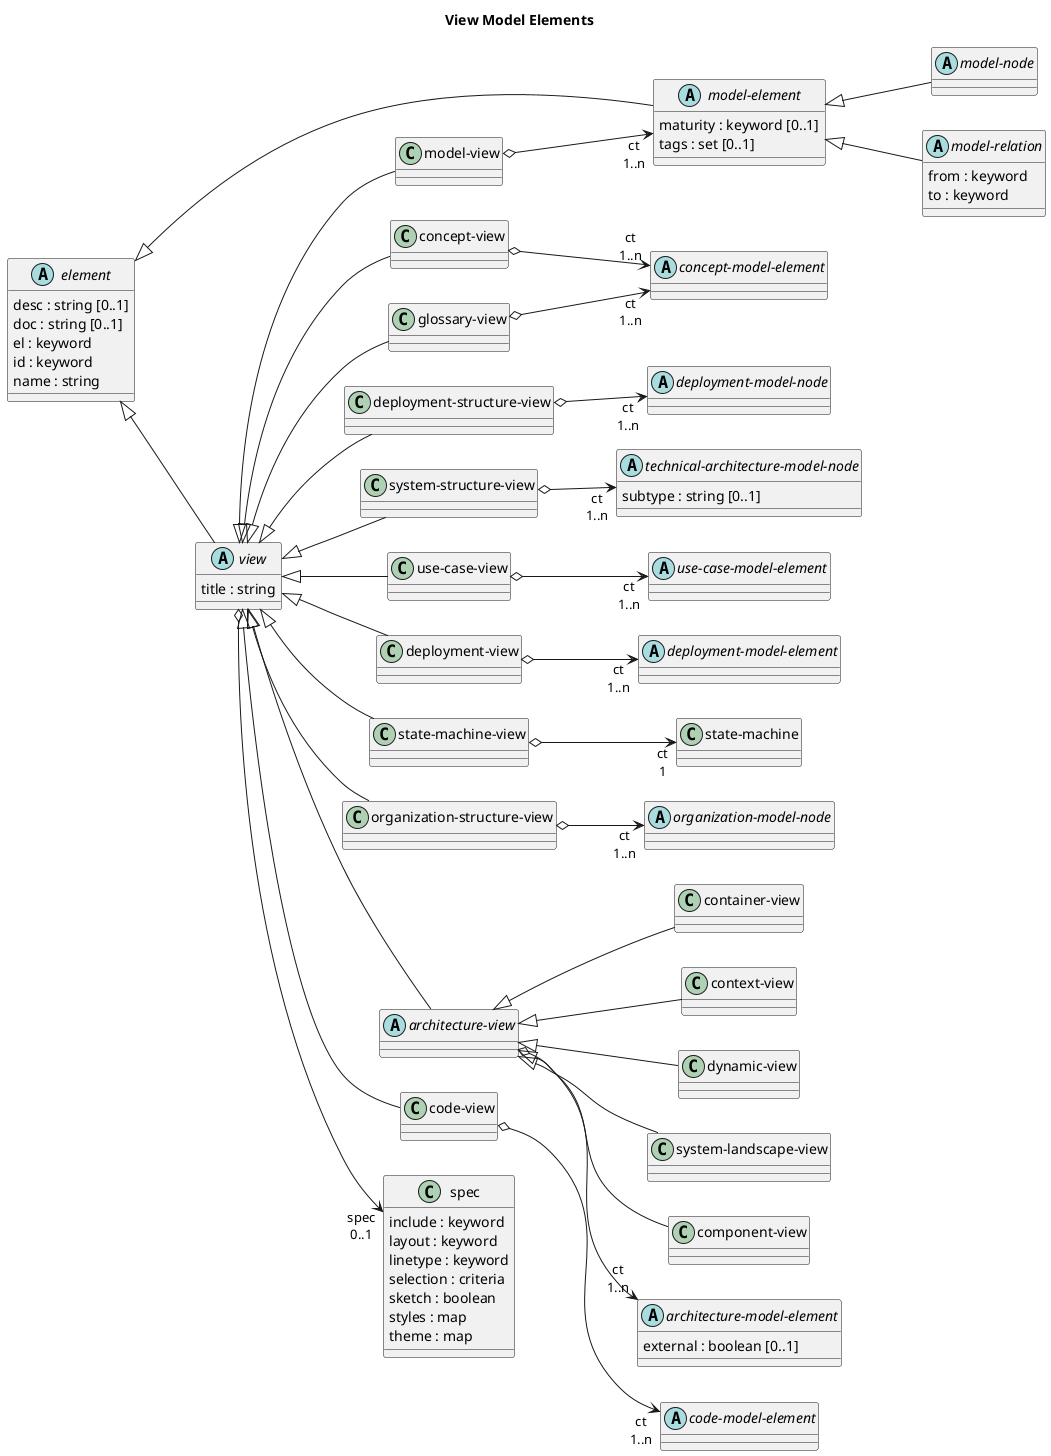
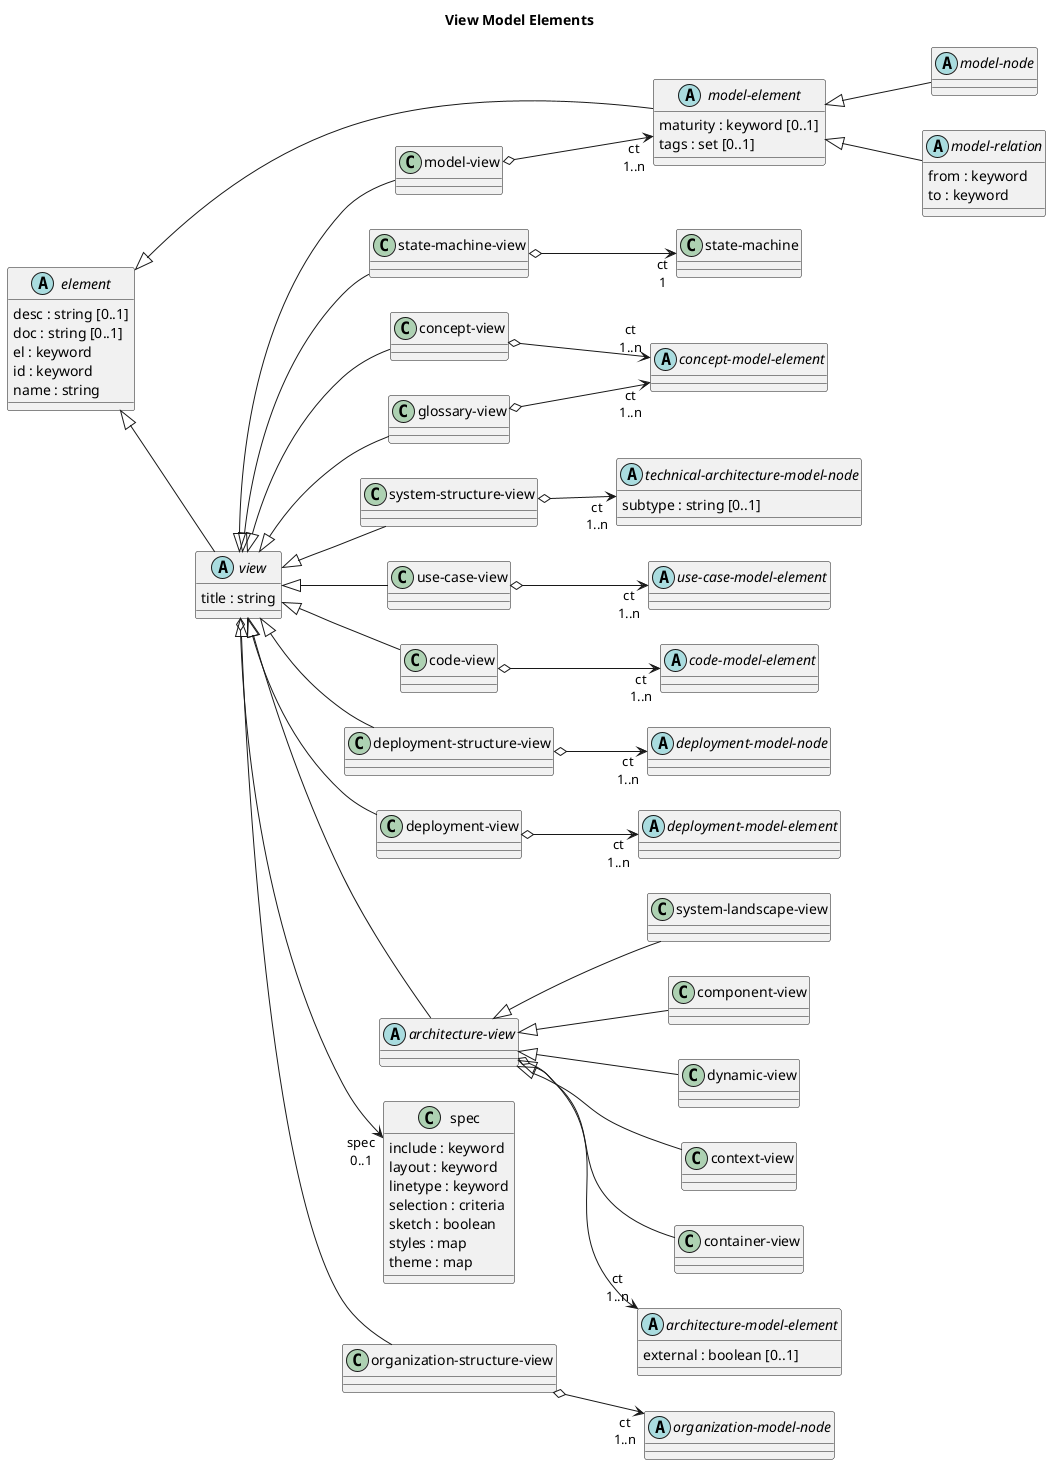
@startuml view-model-elements


left to right direction



title View Model Elements

- class "concept-view" as overarch_dataModel_conceptView {}
- class "state-machine" as overarch_dataModel_stateMachine {}
abstract class "technical-architecture-model-node" as overarch_dataModel_technicalArchitectureModelNode {
  subtype : string [0..1]
}
abstract class "concept-model-element" as overarch_dataModel_conceptModelElement {}
+ class "state-machine-view" as overarch_dataModel_stateMachineView {}
+ class "concept-view" as overarch_dataModel_conceptView {}
abstract class "model-element" as overarch_dataModel_modelElement {
  maturity : keyword [0..1]
  tags : set [0..1]
}
- class "model-view" as overarch_dataModel_modelView {}
+ class "system-landscape-view" as overarch_dataModel_systemLandscapeView {}
+ class "component-view" as overarch_dataModel_componentView {}
+ class "system-structure-view" as overarch_dataModel_systemStructureView {}
+ class "use-case-view" as overarch_dataModel_useCaseView {}
+ class "code-view" as overarch_dataModel_codeView {}
+ abstract class "deployment-model-node" as overarch_dataModel_deploymentModelNode {}
+ class "dynamic-view" as overarch_dataModel_dynamicView {}
+ class "deployment-structure-view" as overarch_dataModel_deploymentStructureView {}
+ class "state-machine" as overarch_dataModel_stateMachine {}
+ abstract class "model-node" as overarch_dataModel_modelNode {}
class "glossary-view" as overarch_dataModel_glossaryView {}
- class "deployment-structure-view" as overarch_dataModel_deploymentStructureView {}
- class "container-view" as overarch_dataModel_containerView {}
- class "system-structure-view" as overarch_dataModel_systemStructureView {}
- abstract class "deployment-model-node" as overarch_dataModel_deploymentModelNode {}
- class "context-view" as overarch_dataModel_contextView {}
- class "dynamic-view" as overarch_dataModel_dynamicView {}
- class "use-case-view" as overarch_dataModel_useCaseView {}
- class "deployment-view" as overarch_dataModel_deploymentView {}
- abstract class "model-node" as overarch_dataModel_modelNode {}
abstract class "model-relation" as overarch_dataModel_modelRelation {
  from : keyword
  to : keyword
}
- class "system-landscape-view" as overarch_dataModel_systemLandscapeView {}
- class "state-machine-view" as overarch_dataModel_stateMachineView {}
- class "organization-structure-view" as overarch_dataModel_organizationStructureView {}
+ class "deployment-view" as overarch_dataModel_deploymentView {}
+ class "context-view" as overarch_dataModel_contextView {}
abstract class "deployment-model-element" as overarch_dataModel_deploymentModelElement {}
+ class "model-view" as overarch_dataModel_modelView {}
+ class "container-view" as overarch_dataModel_containerView {}
abstract class "architecture-view" as overarch_dataModel_architectureView {}
abstract class "use-case-model-element" as overarch_dataModel_useCaseModelElement {}
- class "component-view" as overarch_dataModel_componentView {}
abstract class "element" as overarch_dataModel_element {
  desc : string [0..1]
  doc : string [0..1]
  el : keyword
  id : keyword
  name : string
}
abstract class "architecture-model-element" as overarch_dataModel_architectureModelElement {
  external : boolean [0..1]
}
- class "code-view" as overarch_dataModel_codeView {}
class "spec" as overarch_dataModel_renderingSpec {
  include : keyword
  layout : keyword
  linetype : keyword
  selection : criteria
  sketch : boolean
  styles : map
  theme : map
}
abstract class "code-model-element" as overarch_dataModel_codeModelElement {}
abstract class "organization-model-node" as overarch_dataModel_organizationModelNode {}
abstract class "view" as overarch_dataModel_view {
  title : string
}
+ class "organization-structure-view" as overarch_dataModel_organizationStructureView {}
overarch_dataModel_codeView o-->  "ct\n1..n" overarch_dataModel_codeModelElement
overarch_dataModel_architectureView <|-- overarch_dataModel_dynamicView
overarch_dataModel_element <|-- overarch_dataModel_modelElement
overarch_dataModel_view <|-- overarch_dataModel_systemStructureView
overarch_dataModel_architectureView <|-- overarch_dataModel_systemLandscapeView
overarch_dataModel_modelElement <|-- overarch_dataModel_modelNode
overarch_dataModel_view <|-- overarch_dataModel_organizationStructureView
overarch_dataModel_element <|-- overarch_dataModel_view
overarch_dataModel_view <|-- overarch_dataModel_stateMachineView
overarch_dataModel_view <|-- overarch_dataModel_deploymentView
overarch_dataModel_conceptView o-->  "ct\n1..n" overarch_dataModel_conceptModelElement
overarch_dataModel_architectureView <|-- overarch_dataModel_containerView
overarch_dataModel_architectureView <|-- overarch_dataModel_componentView
overarch_dataModel_view <|-- overarch_dataModel_codeView
overarch_dataModel_architectureView o-->  "ct\n1..n" overarch_dataModel_architectureModelElement
overarch_dataModel_modelElement <|-- overarch_dataModel_modelRelation
overarch_dataModel_organizationStructureView o-->  "ct\n1..n" overarch_dataModel_organizationModelNode
overarch_dataModel_view <|-- overarch_dataModel_conceptView
overarch_dataModel_view <|-- overarch_dataModel_useCaseView
overarch_dataModel_systemStructureView o-->  "ct\n1..n" overarch_dataModel_technicalArchitectureModelNode
overarch_dataModel_deploymentView o-->  "ct\n1..n" overarch_dataModel_deploymentModelElement
overarch_dataModel_view <|-- overarch_dataModel_deploymentStructureView
overarch_dataModel_modelView o-->  "ct\n1..n" overarch_dataModel_modelElement
overarch_dataModel_stateMachineView o-->  "ct\n1" overarch_dataModel_stateMachine
overarch_dataModel_view o-->  "spec\n0..1" overarch_dataModel_renderingSpec
overarch_dataModel_view <|-- overarch_dataModel_glossaryView
overarch_dataModel_deploymentStructureView o-->  "ct\n1..n" overarch_dataModel_deploymentModelNode
overarch_dataModel_view <|-- overarch_dataModel_modelView
overarch_dataModel_architectureView <|-- overarch_dataModel_contextView
overarch_dataModel_glossaryView o-->  "ct\n1..n" overarch_dataModel_conceptModelElement
overarch_dataModel_view <|-- overarch_dataModel_architectureView
overarch_dataModel_useCaseView o-->  "ct\n1..n" overarch_dataModel_useCaseModelElement
@enduml
